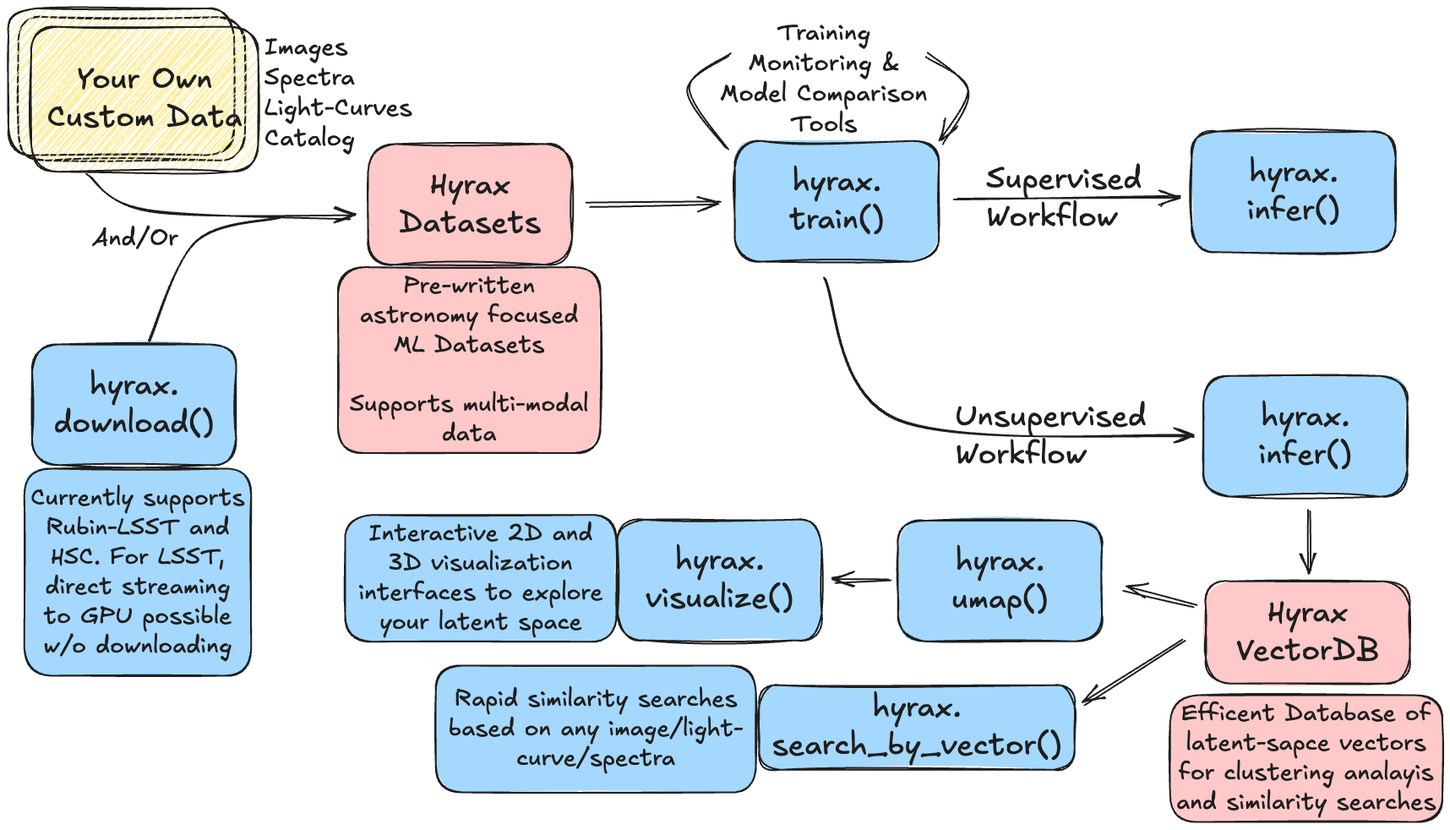
Earlier version of the Excalidraw export docs/_static/diagrams/hyrax_schematic_excalidraw.excalidraw.png (lincc-frameworks/hyrax). Source tidied: one line per element, renumbered; positions are measured from the earlier drawing's top-left corner, leaving out a move shared by most shapes. The source it was exported from:
```json
{"id": 0, "type": "rectangle", "strokeColor": "#1e1e1e", "backgroundColor": "#ffc9c9", "fillStyle": "solid", "strokeWidth": 2, "roughness": 2, "round": true, "x": 426, "y": 160, "width": 241, "height": 143}
{"id": 1, "type": "text", "text": "Hyrax\nDatasets", "strokeColor": "#1e1e1e", "backgroundColor": "#a5d8ff", "fillStyle": "solid", "strokeWidth": 2, "roughness": 2, "fontSize": 36, "fontFamily": 5, "textAlign": "center", "verticalAlign": "middle", "inside": 0, "x": 462, "y": 187, "width": 168, "height": 90}
{"id": 2, "type": "rectangle", "strokeColor": "#1e1e1e", "backgroundColor": "#ffec99", "fillStyle": "hachure", "strokeWidth": 2, "roughness": 2, "round": true, "x": 12, "y": 10, "width": 268, "height": 170}
{"id": 3, "type": "rectangle", "strokeColor": "#1e1e1e", "backgroundColor": "#ffec99", "fillStyle": "hachure", "strokeWidth": 2, "roughness": 2, "round": true, "x": 0, "y": 0, "width": 267, "height": 174}
{"id": 4, "type": "rectangle", "strokeColor": "#1e1e1e", "backgroundColor": "#ffec99", "fillStyle": "hachure", "strokeWidth": 2, "roughness": 2, "round": true, "x": 27, "y": 22, "width": 268, "height": 171}
{"id": 5, "type": "text", "text": "Your Own\nCustom Data", "strokeColor": "#1e1e1e", "backgroundColor": "#a5d8ff", "fillStyle": "solid", "strokeWidth": 2, "roughness": 2, "fontSize": 36, "fontFamily": 5, "textAlign": "center", "verticalAlign": "middle", "inside": 4, "x": 46, "y": 63, "width": 231, "height": 90}
{"id": 6, "type": "arrow", "strokeColor": "#1e1e1e", "backgroundColor": "#a5d8ff", "fillStyle": "hachure", "strokeWidth": 2, "roughness": 2, "endArrowhead": "arrow", "round": true, "from": 4, "to": 0, "x": 95, "y": 197, "width": 312, "height": 51, "points": [[0, 0], [70, 43], [312, 51]]}
{"id": 7, "type": "rectangle", "strokeColor": "#1e1e1e", "backgroundColor": "#a5d8ff", "fillStyle": "solid", "strokeWidth": 2, "roughness": 2, "round": true, "x": 28, "y": 397, "width": 241, "height": 143}
{"id": 8, "type": "text", "text": "hyrax.\ndownload()", "strokeColor": "#1e1e1e", "backgroundColor": "#a5d8ff", "fillStyle": "solid", "strokeWidth": 2, "roughness": 2, "fontSize": 36, "fontFamily": 5, "textAlign": "center", "verticalAlign": "middle", "inside": 7, "x": 54, "y": 424, "width": 190, "height": 90}
{"id": 9, "type": "line", "strokeColor": "#1e1e1e", "strokeWidth": 2, "roughness": 1, "round": true, "x": 166, "y": 394, "width": 156, "height": 146, "points": [[0, 0], [54, -118], [156, -146]]}
{"id": 10, "type": "rectangle", "strokeColor": "#1e1e1e", "backgroundColor": "#ffc9c9", "fillStyle": "solid", "strokeWidth": 2, "roughness": 1, "round": true, "x": 390, "y": 306, "width": 311, "height": 220}
{"id": 11, "type": "text", "text": "Pre-written\nastronomy focused\nML Datasets\n\nSupports multi-modal\ndata", "strokeColor": "#1e1e1e", "backgroundColor": "#a5d8ff", "fillStyle": "solid", "strokeWidth": 2, "roughness": 1, "fontSize": 28, "fontFamily": 5, "textAlign": "center", "verticalAlign": "middle", "inside": 10, "x": 404, "y": 311, "width": 283, "height": 210}
{"id": 12, "type": "arrow", "strokeColor": "#1e1e1e", "backgroundColor": "#ffec99", "fillStyle": "hachure", "strokeWidth": 2, "roughness": 2, "endArrowhead": "arrow", "round": true, "from": 0, "x": 685, "y": 232, "width": 158, "height": 2, "points": [[0, 0], [158, -2]]}
{"id": 13, "type": "rectangle", "strokeColor": "#1e1e1e", "backgroundColor": "#a5d8ff", "fillStyle": "solid", "strokeWidth": 2, "roughness": 2, "round": true, "x": 860, "y": 157, "width": 241, "height": 143}
{"id": 14, "type": "text", "text": "hyrax.\ntrain()", "strokeColor": "#1e1e1e", "backgroundColor": "#a5d8ff", "fillStyle": "solid", "strokeWidth": 2, "roughness": 2, "fontSize": 36, "fontFamily": 5, "textAlign": "center", "verticalAlign": "middle", "inside": 13, "x": 924, "y": 183, "width": 112, "height": 90}
{"id": 15, "type": "arrow", "strokeColor": "#1e1e1e", "backgroundColor": "#ffec99", "fillStyle": "hachure", "strokeWidth": 2, "roughness": 2, "endArrowhead": "arrow", "round": true, "from": 13, "to": 16, "x": 1120, "y": 224, "width": 264, "height": 1, "points": [[0, 0], [264, 1]]}
{"id": 16, "type": "rectangle", "strokeColor": "#1e1e1e", "backgroundColor": "#a5d8ff", "fillStyle": "solid", "strokeWidth": 2, "roughness": 2, "round": true, "x": 1400, "y": 146, "width": 241, "height": 143}
{"id": 17, "type": "text", "text": "hyrax.\ninfer()", "strokeColor": "#1e1e1e", "backgroundColor": "#a5d8ff", "fillStyle": "solid", "strokeWidth": 2, "roughness": 2, "fontSize": 36, "fontFamily": 5, "textAlign": "center", "verticalAlign": "middle", "inside": 16, "x": 1466, "y": 172, "width": 110, "height": 90}
{"id": 18, "type": "text", "text": "Supervised\nWorkflow", "strokeColor": "#1e1e1e", "backgroundColor": "#a5d8ff", "fillStyle": "solid", "strokeWidth": 2, "roughness": 1, "fontSize": 36, "fontFamily": 5, "x": 1157, "y": 180, "width": 191, "height": 90}
{"id": 19, "type": "rectangle", "strokeColor": "#1e1e1e", "backgroundColor": "#a5d8ff", "fillStyle": "solid", "strokeWidth": 2, "roughness": 2, "round": true, "x": 1414, "y": 435, "width": 241, "height": 143}
{"id": 20, "type": "text", "text": "hyrax.\ninfer()", "strokeColor": "#1e1e1e", "backgroundColor": "#a5d8ff", "fillStyle": "solid", "strokeWidth": 2, "roughness": 2, "fontSize": 36, "fontFamily": 5, "textAlign": "center", "verticalAlign": "middle", "inside": 19, "x": 1480, "y": 461, "width": 110, "height": 90}
{"id": 21, "type": "arrow", "strokeColor": "#1e1e1e", "backgroundColor": "#a5d8ff", "fillStyle": "solid", "strokeWidth": 2, "roughness": 1, "endArrowhead": "arrow", "round": true, "from": 13, "to": 19, "x": 967, "y": 319, "width": 435, "height": 187, "points": [[0, 0], [84, 166], [435, 187]]}
{"id": 22, "type": "text", "text": "Unsupervised\nWorkflow", "strokeColor": "#1e1e1e", "backgroundColor": "#a5d8ff", "fillStyle": "solid", "strokeWidth": 2, "roughness": 1, "fontSize": 36, "fontFamily": 5, "x": 1121, "y": 461, "width": 243, "height": 90}
{"id": 23, "type": "rectangle", "strokeColor": "#1e1e1e", "backgroundColor": "#ffc9c9", "fillStyle": "solid", "strokeWidth": 2, "roughness": 2, "round": true, "x": 1417, "y": 678, "width": 241, "height": 121}
{"id": 24, "type": "text", "text": "Hyrax\nVectorDB", "strokeColor": "#1e1e1e", "backgroundColor": "#a5d8ff", "fillStyle": "solid", "strokeWidth": 2, "roughness": 2, "fontSize": 36, "fontFamily": 5, "textAlign": "center", "verticalAlign": "middle", "inside": 23, "x": 1453, "y": 693, "width": 170, "height": 90}
{"id": 25, "type": "rectangle", "strokeColor": "#1e1e1e", "backgroundColor": "#ffc9c9", "fillStyle": "solid", "strokeWidth": 2, "roughness": 1, "round": true, "x": 1375, "y": 813, "width": 322, "height": 150}
{"id": 26, "type": "text", "text": "Efficent Database of\nlatent-sapce vectors\nfor clustering analayis\nand similarity searches", "strokeColor": "#1e1e1e", "backgroundColor": "#a5d8ff", "fillStyle": "solid", "strokeWidth": 2, "roughness": 1, "fontSize": 28, "fontFamily": 5, "textAlign": "center", "verticalAlign": "middle", "inside": 25, "x": 1382, "y": 818, "width": 307, "height": 140}
{"id": 27, "type": "rectangle", "strokeColor": "#1e1e1e", "backgroundColor": "#a5d8ff", "fillStyle": "solid", "strokeWidth": 2, "roughness": 2, "round": true, "x": 721, "y": 605, "width": 241, "height": 143}
{"id": 28, "type": "text", "text": "hyrax.\nvisualize()", "strokeColor": "#1e1e1e", "backgroundColor": "#a5d8ff", "fillStyle": "solid", "strokeWidth": 2, "roughness": 2, "fontSize": 36, "fontFamily": 5, "textAlign": "center", "verticalAlign": "middle", "inside": 27, "x": 754, "y": 631, "width": 175, "height": 90}
{"id": 29, "type": "rectangle", "strokeColor": "#1e1e1e", "backgroundColor": "#a5d8ff", "fillStyle": "solid", "strokeWidth": 2, "roughness": 1, "round": true, "x": 399, "y": 599, "width": 321, "height": 150}
{"id": 30, "type": "text", "text": "Interactive 2D and\n3D visualization\ninterfaces to explore\nyour latent space", "strokeColor": "#1e1e1e", "backgroundColor": "#a5d8ff", "fillStyle": "solid", "strokeWidth": 2, "roughness": 1, "fontSize": 28, "fontFamily": 5, "textAlign": "center", "verticalAlign": "middle", "inside": 29, "x": 415, "y": 604, "width": 289, "height": 140}
{"id": 31, "type": "rectangle", "strokeColor": "#1e1e1e", "backgroundColor": "#a5d8ff", "fillStyle": "solid", "strokeWidth": 2, "roughness": 2, "round": true, "x": 888, "y": 801, "width": 373, "height": 100}
{"id": 32, "type": "text", "text": "hyrax.\nsearch_by_vector()", "strokeColor": "#1e1e1e", "backgroundColor": "#a5d8ff", "fillStyle": "solid", "strokeWidth": 2, "roughness": 2, "fontSize": 36, "fontFamily": 5, "textAlign": "center", "verticalAlign": "middle", "inside": 31, "x": 903, "y": 806, "width": 343, "height": 90}
{"id": 33, "type": "rectangle", "strokeColor": "#1e1e1e", "backgroundColor": "#a5d8ff", "fillStyle": "solid", "strokeWidth": 2, "roughness": 1, "round": true, "x": 19, "y": 544, "width": 268, "height": 245}
{"id": 34, "type": "text", "text": "Currently supports\nRubin-LSST and\nHSC. For LSST,\ndirect streaming\nto GPU possible\nw/o downloading", "strokeColor": "#1e1e1e", "backgroundColor": "#a5d8ff", "fillStyle": "solid", "strokeWidth": 2, "roughness": 1, "fontSize": 28, "fontFamily": 5, "textAlign": "center", "verticalAlign": "middle", "inside": 33, "x": 26, "y": 562, "width": 254, "height": 210}
{"id": 35, "type": "text", "text": "And/Or", "strokeColor": "#1e1e1e", "backgroundColor": "#a5d8ff", "fillStyle": "solid", "strokeWidth": 2, "roughness": 1, "fontSize": 28.84, "fontFamily": 5, "textAlign": "right", "x": 99, "y": 255, "width": 102, "height": 36}
{"id": 36, "type": "rectangle", "strokeColor": "#1e1e1e", "backgroundColor": "#a5d8ff", "fillStyle": "solid", "strokeWidth": 2, "roughness": 1, "round": true, "x": 506, "y": 777, "width": 379, "height": 150}
{"id": 37, "type": "text", "text": "Rapid similarity searches\nbased on any image/light-\ncurve/spectra", "strokeColor": "#1e1e1e", "backgroundColor": "#a5d8ff", "fillStyle": "solid", "strokeWidth": 2, "roughness": 1, "fontSize": 28, "fontFamily": 5, "textAlign": "center", "verticalAlign": "middle", "inside": 36, "x": 521, "y": 800, "width": 349, "height": 105}
{"id": 38, "type": "text", "text": "Images\nSpectra\nLight-Curves\nCatalog", "strokeColor": "#1e1e1e", "backgroundColor": "#a5d8ff", "fillStyle": "solid", "strokeWidth": 2, "roughness": 1, "fontSize": 28.84, "fontFamily": 5, "x": 303, "y": 29, "width": 175, "height": 144}
{"id": 39, "type": "arrow", "strokeColor": "#1e1e1e", "backgroundColor": "#a5d8ff", "fillStyle": "solid", "strokeWidth": 2, "roughness": 2, "endArrowhead": "arrow", "round": true, "from": 23, "x": 1405, "y": 708, "width": 84, "height": 20, "points": [[0, 0], [-84, -20]]}
{"id": 40, "type": "arrow", "strokeColor": "#1e1e1e", "backgroundColor": "#a5d8ff", "fillStyle": "solid", "strokeWidth": 2, "roughness": 2, "endArrowhead": "arrow", "round": true, "from": 23, "to": 31, "x": 1393, "y": 746, "width": 121, "height": 77, "points": [[0, 0], [-121, 77]]}
{"id": 41, "type": "arrow", "strokeColor": "#1e1e1e", "backgroundColor": "#a5d8ff", "fillStyle": "solid", "strokeWidth": 2, "roughness": 2, "endArrowhead": "arrow", "round": true, "from": 19, "to": 23, "x": 1539, "y": 594, "width": 3, "height": 71, "points": [[0, 0], [3, 71]]}
{"id": 42, "type": "line", "strokeColor": "#1e1e1e", "backgroundColor": "#a5d8ff", "fillStyle": "solid", "strokeWidth": 2, "roughness": 2, "round": true, "x": 851, "y": 166, "width": 50, "height": 113, "points": [[0, 0], [-45, -71], [5, -113]]}
{"id": 43, "type": "arrow", "strokeColor": "#1e1e1e", "backgroundColor": "#a5d8ff", "fillStyle": "solid", "strokeWidth": 2, "roughness": 2, "endArrowhead": "arrow", "round": true, "from": 44, "to": 44, "x": 1085, "y": 54, "width": 48, "height": 105, "points": [[0, 0], [48, 43], [22, 105]]}
{"id": 44, "type": "text", "text": "Training\nMonitoring &\nModel Comparison\nTools", "strokeColor": "#1e1e1e", "backgroundColor": "#a5d8ff", "fillStyle": "solid", "strokeWidth": 2, "roughness": 2, "fontSize": 28.95, "fontFamily": 5, "textAlign": "center", "x": 837, "y": 11, "width": 256, "height": 145}
{"id": 45, "type": "rectangle", "strokeColor": "#1e1e1e", "backgroundColor": "#a5d8ff", "fillStyle": "solid", "strokeWidth": 2, "roughness": 2, "round": true, "x": 1053, "y": 606, "width": 241, "height": 143}
{"id": 46, "type": "text", "text": "hyrax.\numap()", "strokeColor": "#1e1e1e", "backgroundColor": "#a5d8ff", "fillStyle": "solid", "strokeWidth": 2, "roughness": 2, "fontSize": 36, "fontFamily": 5, "textAlign": "center", "verticalAlign": "middle", "inside": 45, "x": 1116, "y": 632, "width": 114, "height": 90}
{"id": 47, "type": "arrow", "strokeColor": "#1e1e1e", "backgroundColor": "#a5d8ff", "fillStyle": "solid", "strokeWidth": 2, "roughness": 2, "endArrowhead": "arrow", "round": true, "from": 45, "to": 27, "x": 1043, "y": 674, "width": 64, "height": 5, "points": [[0, 0], [-64, 5]]}
```
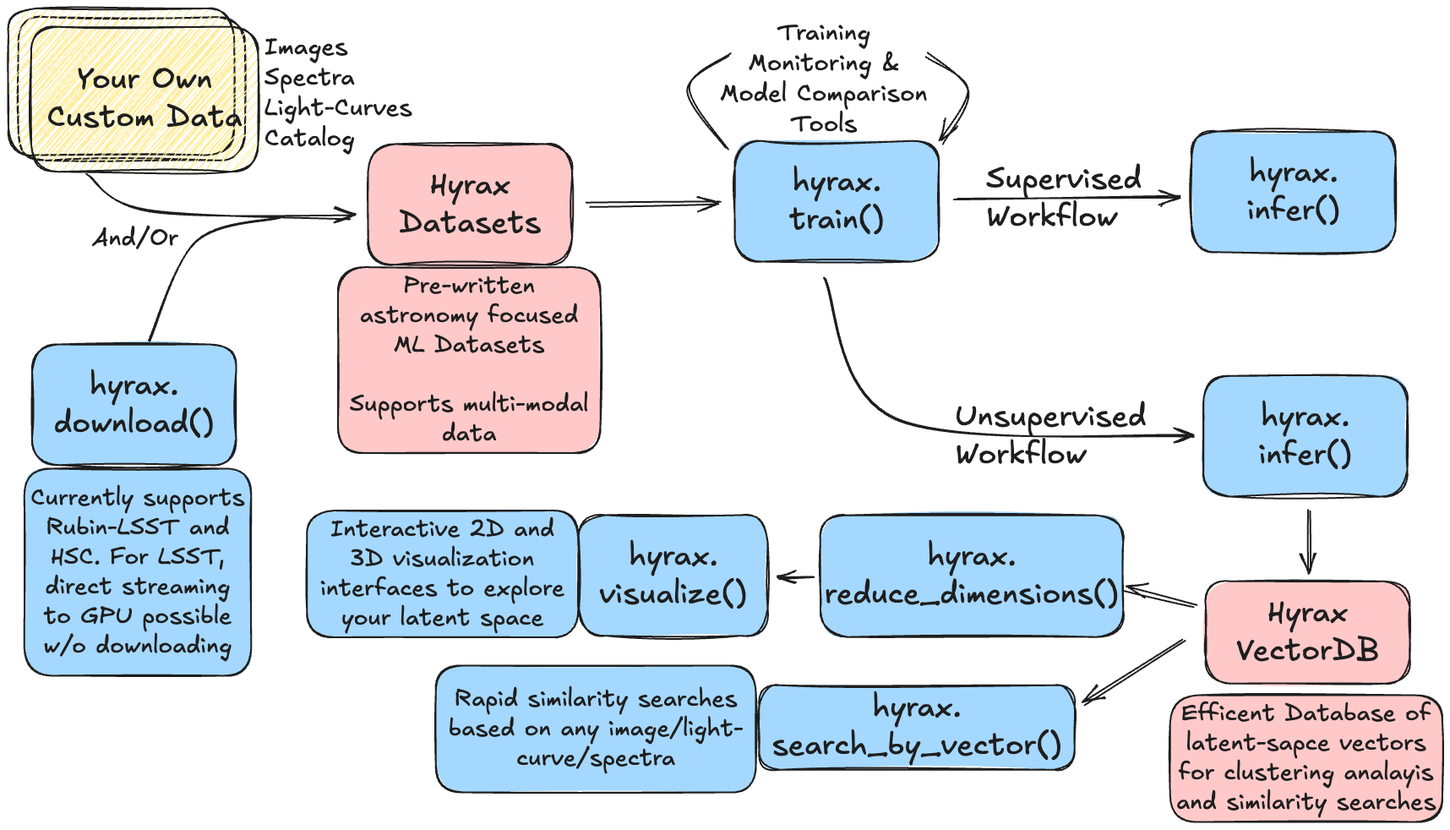
Above is the later version.

What changed in the source:
```diff
@@ -25,10 +25,10 @@
 {"id": 24, "type": "text", "text": "Hyrax\nVectorDB", "strokeColor": "#1e1e1e", "backgroundColor": "#a5d8ff", "fillStyle": "solid", "strokeWidth": 2, "roughness": 2, "fontSize": 36, "fontFamily": 5, "textAlign": "center", "verticalAlign": "middle", "inside": 23, "x": 1453, "y": 693, "width": 170, "height": 90}
 {"id": 25, "type": "rectangle", "strokeColor": "#1e1e1e", "backgroundColor": "#ffc9c9", "fillStyle": "solid", "strokeWidth": 2, "roughness": 1, "round": true, "x": 1375, "y": 813, "width": 322, "height": 150}
 {"id": 26, "type": "text", "text": "Efficent Database of\nlatent-sapce vectors\nfor clustering analayis\nand similarity searches", "strokeColor": "#1e1e1e", "backgroundColor": "#a5d8ff", "fillStyle": "solid", "strokeWidth": 2, "roughness": 1, "fontSize": 28, "fontFamily": 5, "textAlign": "center", "verticalAlign": "middle", "inside": 25, "x": 1382, "y": 818, "width": 307, "height": 140}
-{"id": 27, "type": "rectangle", "strokeColor": "#1e1e1e", "backgroundColor": "#a5d8ff", "fillStyle": "solid", "strokeWidth": 2, "roughness": 2, "round": true, "x": 721, "y": 605, "width": 241, "height": 143}
+{"id": 27, "type": "rectangle", "strokeColor": "#1e1e1e", "backgroundColor": "#a5d8ff", "fillStyle": "solid", "strokeWidth": 2, "roughness": 2, "round": true, "x": 675, "y": 599, "width": 223, "height": 143}
-{"id": 28, "type": "text", "text": "hyrax.\nvisualize()", "strokeColor": "#1e1e1e", "backgroundColor": "#a5d8ff", "fillStyle": "solid", "strokeWidth": 2, "roughness": 2, "fontSize": 36, "fontFamily": 5, "textAlign": "center", "verticalAlign": "middle", "inside": 27, "x": 754, "y": 631, "width": 175, "height": 90}
+{"id": 28, "type": "text", "text": "hyrax.\nvisualize()", "strokeColor": "#1e1e1e", "backgroundColor": "#a5d8ff", "fillStyle": "solid", "strokeWidth": 2, "roughness": 2, "fontSize": 36, "fontFamily": 5, "textAlign": "center", "verticalAlign": "middle", "inside": 27, "x": 699, "y": 626, "width": 175, "height": 90}
-{"id": 29, "type": "rectangle", "strokeColor": "#1e1e1e", "backgroundColor": "#a5d8ff", "fillStyle": "solid", "strokeWidth": 2, "roughness": 1, "round": true, "x": 399, "y": 599, "width": 321, "height": 150}
+{"id": 29, "type": "rectangle", "strokeColor": "#1e1e1e", "backgroundColor": "#a5d8ff", "fillStyle": "solid", "strokeWidth": 2, "roughness": 1, "round": true, "x": 353, "y": 594, "width": 321, "height": 150}
-{"id": 30, "type": "text", "text": "Interactive 2D and\n3D visualization\ninterfaces to explore\nyour latent space", "strokeColor": "#1e1e1e", "backgroundColor": "#a5d8ff", "fillStyle": "solid", "strokeWidth": 2, "roughness": 1, "fontSize": 28, "fontFamily": 5, "textAlign": "center", "verticalAlign": "middle", "inside": 29, "x": 415, "y": 604, "width": 289, "height": 140}
+{"id": 30, "type": "text", "text": "Interactive 2D and\n3D visualization\ninterfaces to explore\nyour latent space", "strokeColor": "#1e1e1e", "backgroundColor": "#a5d8ff", "fillStyle": "solid", "strokeWidth": 2, "roughness": 1, "fontSize": 28, "fontFamily": 5, "textAlign": "center", "verticalAlign": "middle", "inside": 29, "x": 369, "y": 599, "width": 289, "height": 140}
 {"id": 31, "type": "rectangle", "strokeColor": "#1e1e1e", "backgroundColor": "#a5d8ff", "fillStyle": "solid", "strokeWidth": 2, "roughness": 2, "round": true, "x": 888, "y": 801, "width": 373, "height": 100}
 {"id": 32, "type": "text", "text": "hyrax.\nsearch_by_vector()", "strokeColor": "#1e1e1e", "backgroundColor": "#a5d8ff", "fillStyle": "solid", "strokeWidth": 2, "roughness": 2, "fontSize": 36, "fontFamily": 5, "textAlign": "center", "verticalAlign": "middle", "inside": 31, "x": 903, "y": 806, "width": 343, "height": 90}
 {"id": 33, "type": "rectangle", "strokeColor": "#1e1e1e", "backgroundColor": "#a5d8ff", "fillStyle": "solid", "strokeWidth": 2, "roughness": 1, "round": true, "x": 19, "y": 544, "width": 268, "height": 245}
@@ -43,6 +43,6 @@
 {"id": 42, "type": "line", "strokeColor": "#1e1e1e", "backgroundColor": "#a5d8ff", "fillStyle": "solid", "strokeWidth": 2, "roughness": 2, "round": true, "x": 851, "y": 166, "width": 50, "height": 113, "points": [[0, 0], [-45, -71], [5, -113]]}
 {"id": 43, "type": "arrow", "strokeColor": "#1e1e1e", "backgroundColor": "#a5d8ff", "fillStyle": "solid", "strokeWidth": 2, "roughness": 2, "endArrowhead": "arrow", "round": true, "from": 44, "to": 44, "x": 1085, "y": 54, "width": 48, "height": 105, "points": [[0, 0], [48, 43], [22, 105]]}
 {"id": 44, "type": "text", "text": "Training\nMonitoring &\nModel Comparison\nTools", "strokeColor": "#1e1e1e", "backgroundColor": "#a5d8ff", "fillStyle": "solid", "strokeWidth": 2, "roughness": 2, "fontSize": 28.95, "fontFamily": 5, "textAlign": "center", "x": 837, "y": 11, "width": 256, "height": 145}
-{"id": 45, "type": "rectangle", "strokeColor": "#1e1e1e", "backgroundColor": "#a5d8ff", "fillStyle": "solid", "strokeWidth": 2, "roughness": 2, "round": true, "x": 1053, "y": 606, "width": 241, "height": 143}
+{"id": 45, "type": "rectangle", "strokeColor": "#1e1e1e", "backgroundColor": "#a5d8ff", "fillStyle": "solid", "strokeWidth": 2, "roughness": 2, "round": true, "x": 961, "y": 600, "width": 358, "height": 144}
-{"id": 46, "type": "text", "text": "hyrax.\numap()", "strokeColor": "#1e1e1e", "backgroundColor": "#a5d8ff", "fillStyle": "solid", "strokeWidth": 2, "roughness": 2, "fontSize": 36, "fontFamily": 5, "textAlign": "center", "verticalAlign": "middle", "inside": 45, "x": 1116, "y": 632, "width": 114, "height": 90}
+{"id": 46, "type": "text", "text": "hyrax.\nreduce_dimensions()", "strokeColor": "#1e1e1e", "backgroundColor": "#a5d8ff", "fillStyle": "solid", "strokeWidth": 2, "roughness": 2, "fontSize": 36, "fontFamily": 5, "textAlign": "center", "verticalAlign": "middle", "inside": 45, "x": 966, "y": 627, "width": 348, "height": 90}
-{"id": 47, "type": "arrow", "strokeColor": "#1e1e1e", "backgroundColor": "#a5d8ff", "fillStyle": "solid", "strokeWidth": 2, "roughness": 2, "endArrowhead": "arrow", "round": true, "from": 45, "to": 27, "x": 1043, "y": 674, "width": 64, "height": 5, "points": [[0, 0], [-64, 5]]}
+{"id": 47, "type": "arrow", "strokeColor": "#1e1e1e", "backgroundColor": "#a5d8ff", "fillStyle": "solid", "strokeWidth": 2, "roughness": 2, "endArrowhead": "arrow", "round": true, "from": 45, "to": 27, "x": 953, "y": 672, "width": 41, "height": 3, "points": [[0, 0], [-41, 3]]}
```
